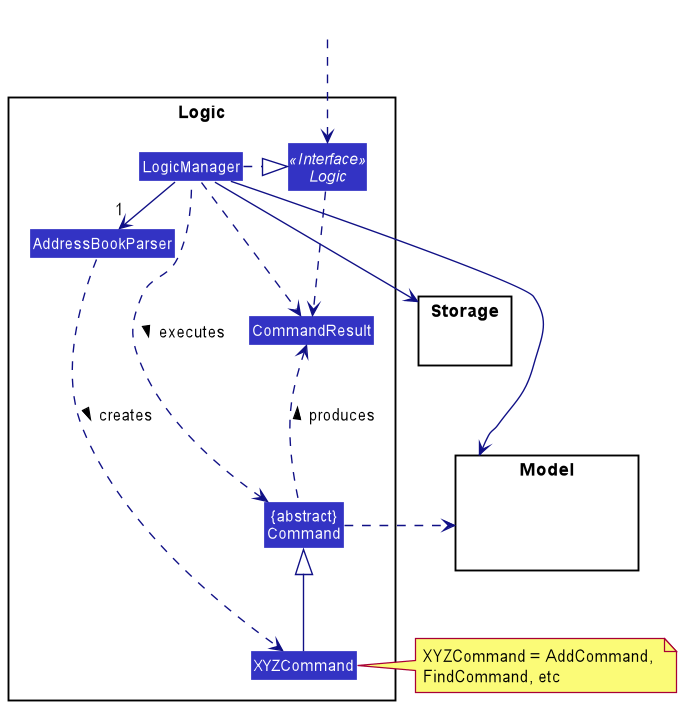
ryanpeh/SmartNUS keeps this PlantUML diagram as docs/images/developer-guide/LogicClassDiagram.png. Above is the earlier version.
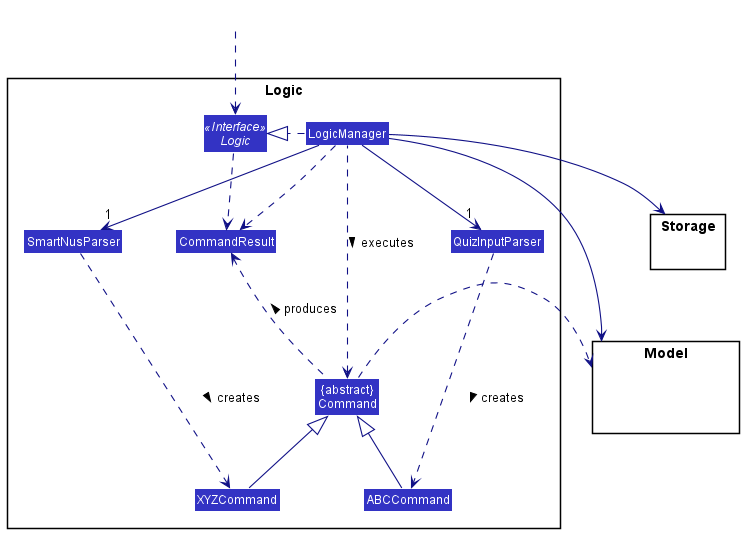
Above is the later version.

Commit message:
Update Logic Diagram and description

The edit, as a diff of the source:
```diff
@@ -6,8 +6,10 @@
 
 package Logic {
 
-Class AddressBookParser
+Class SmartNusParser
+Class QuizInputParser
 Class XYZCommand
+Class ABCCommand
 Class CommandResult
 Class "{abstract}\nCommand" as Command
 
@@ -27,18 +29,21 @@
 HiddenOutside ..> Logic
 
 LogicManager .right.|> Logic
-LogicManager -right->"1" AddressBookParser
-AddressBookParser ..> XYZCommand : creates >
+LogicManager -->"1" QuizInputParser
+LogicManager -->"1" SmartNusParser
+SmartNusParser ..> XYZCommand : creates >
+QuizInputParser ..> ABCCommand : creates >
+QuizInputParser .right[hidden].> SmartNusParser
+SmartNusParser .left[hidden].> SmartNusParser
 
+ABCCommand -up-|> Command
 XYZCommand -up-|> Command
 LogicManager .left.> Command : executes >
 
 LogicManager --> Model
 LogicManager --> Storage
 Storage --[hidden] Model
-Command .[hidden]up.> Storage
 Command .right.> Model
-note right of XYZCommand: XYZCommand = AddCommand, \nFindCommand, etc
 
 Logic ..> CommandResult
 LogicManager .down.> CommandResult
```
